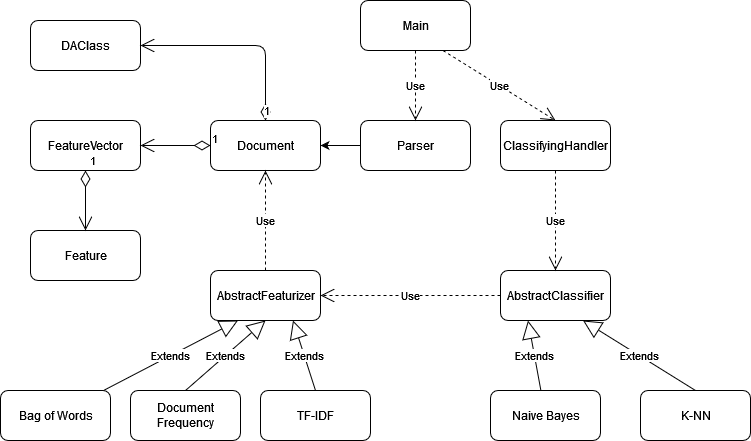
Earlier version of the draw.io export UIR_UML.png (DucLongHoang/KIV-UIR). Source tidied: cells renumbered, new cells last; positions are measured from the earlier drawing's top-left corner, leaving out a move shared by most shapes. The source it was exported from:
```xml
<mxGraphModel>
  <root>
    <mxCell id="0" />
    <mxCell id="1" parent="0" />
    <mxCell id="2" value="&lt;div&gt;Document&lt;/div&gt;&lt;div&gt;Frequency&lt;/div&gt;" style="html=1;rounded=1;" parent="1" vertex="1">
      <mxGeometry x="130" y="390" width="110" height="50" as="geometry" />
    </mxCell>
    <mxCell id="3" value="K-NN" style="html=1;rounded=1;" parent="1" vertex="1">
      <mxGeometry x="640" y="390" width="110" height="50" as="geometry" />
    </mxCell>
    <mxCell id="4" value="&lt;div&gt;TF-IDF&lt;/div&gt;" style="html=1;rounded=1;" parent="1" vertex="1">
      <mxGeometry x="260" y="390" width="110" height="50" as="geometry" />
    </mxCell>
    <mxCell id="5" value="&lt;div&gt;Naive Bayes&lt;/div&gt;" style="html=1;rounded=1;" parent="1" vertex="1">
      <mxGeometry x="490" y="390" width="110" height="50" as="geometry" />
    </mxCell>
    <mxCell id="6" value="AbstractClassifier" style="html=1;rounded=1;" parent="1" vertex="1">
      <mxGeometry x="500" y="270" width="110" height="50" as="geometry" />
    </mxCell>
    <mxCell id="7" value="&lt;div&gt;AbstractFeaturizer&lt;/div&gt;" style="html=1;rounded=1;" parent="1" vertex="1">
      <mxGeometry x="210" y="270" width="110" height="50" as="geometry" />
    </mxCell>
    <mxCell id="8" value="&lt;div&gt;Bag of Words&lt;/div&gt;" style="html=1;rounded=1;" parent="1" vertex="1">
      <mxGeometry y="390" width="110" height="50" as="geometry" />
    </mxCell>
    <mxCell id="9" style="edgeStyle=orthogonalEdgeStyle;jettySize=auto;html=1;exitX=0;exitY=0.5;exitDx=0;exitDy=0;entryX=1;entryY=0.5;entryDx=0;entryDy=0;" parent="1" edge="1" source="10" target="14">
      <mxGeometry relative="1" as="geometry" />
    </mxCell>
    <mxCell id="10" value="Parser" style="html=1;rounded=1;" parent="1" vertex="1">
      <mxGeometry x="360" y="120" width="110" height="50" as="geometry" />
    </mxCell>
    <mxCell id="11" value="Main" style="html=1;rounded=1;" parent="1" vertex="1">
      <mxGeometry x="360" width="110" height="50" as="geometry" />
    </mxCell>
    <mxCell id="12" value="Feature" style="html=1;rounded=1;" parent="1" vertex="1">
      <mxGeometry x="30" y="230" width="110" height="50" as="geometry" />
    </mxCell>
    <mxCell id="13" value="FeatureVector" style="html=1;rounded=1;" parent="1" vertex="1">
      <mxGeometry x="30" y="120" width="110" height="50" as="geometry" />
    </mxCell>
    <mxCell id="14" value="&lt;div&gt;Document&lt;/div&gt;" style="html=1;rounded=1;" parent="1" vertex="1">
      <mxGeometry x="210" y="120" width="110" height="50" as="geometry" />
    </mxCell>
    <mxCell id="15" value="ClassifyingHandler" style="html=1;rounded=1;" parent="1" vertex="1">
      <mxGeometry x="500" y="120" width="110" height="50" as="geometry" />
    </mxCell>
    <mxCell id="16" value="&lt;div&gt;DAClass&lt;/div&gt;" style="html=1;rounded=1;" parent="1" vertex="1">
      <mxGeometry x="30" y="20" width="110" height="50" as="geometry" />
    </mxCell>
    <mxCell id="17" value="Extends" style="endArrow=block;endSize=16;endFill=0;html=1;entryX=0.25;entryY=1;entryDx=0;entryDy=0;" parent="1" edge="1" source="8" target="7">
      <mxGeometry relative="1" as="geometry" />
    </mxCell>
    <mxCell id="18" value="Extends" style="endArrow=block;endSize=16;endFill=0;html=1;entryX=0.5;entryY=1;entryDx=0;entryDy=0;exitX=0.5;exitY=0;exitDx=0;exitDy=0;" parent="1" edge="1" source="2" target="7">
      <mxGeometry relative="1" as="geometry" />
    </mxCell>
    <mxCell id="19" value="Extends" style="endArrow=block;endSize=16;endFill=0;html=1;entryX=0.75;entryY=1;entryDx=0;entryDy=0;exitX=0.5;exitY=0;exitDx=0;exitDy=0;" parent="1" edge="1" source="4" target="7">
      <mxGeometry relative="1" as="geometry" />
    </mxCell>
    <mxCell id="20" value="Extends" style="endArrow=block;endSize=16;endFill=0;html=1;entryX=0.25;entryY=1;entryDx=0;entryDy=0;" parent="1" edge="1" source="5" target="6">
      <mxGeometry relative="1" as="geometry" />
    </mxCell>
    <mxCell id="21" value="Extends" style="endArrow=block;endSize=16;endFill=0;html=1;entryX=0.75;entryY=1;entryDx=0;entryDy=0;exitX=0.5;exitY=0;exitDx=0;exitDy=0;" parent="1" edge="1" source="3" target="6">
      <mxGeometry relative="1" as="geometry" />
    </mxCell>
    <mxCell id="22" value="1" style="endArrow=open;html=1;endSize=12;startArrow=diamondThin;startSize=14;startFill=0;edgeStyle=orthogonalEdgeStyle;align=left;verticalAlign=bottom;exitX=0.5;exitY=0;exitDx=0;exitDy=0;entryX=1;entryY=0.5;entryDx=0;entryDy=0;" parent="1" edge="1" source="14" target="16">
      <mxGeometry x="-1" y="3" relative="1" as="geometry" />
    </mxCell>
    <mxCell id="23" value="1" style="endArrow=open;html=1;endSize=12;startArrow=diamondThin;startSize=14;startFill=0;edgeStyle=orthogonalEdgeStyle;align=left;verticalAlign=bottom;exitX=0;exitY=0.5;exitDx=0;exitDy=0;entryX=1;entryY=0.5;entryDx=0;entryDy=0;" parent="1" edge="1" source="14" target="13">
      <mxGeometry x="-1" y="3" relative="1" as="geometry" />
    </mxCell>
    <mxCell id="24" value="1" style="endArrow=open;html=1;endSize=12;startArrow=diamondThin;startSize=14;startFill=0;edgeStyle=orthogonalEdgeStyle;align=left;verticalAlign=bottom;exitX=0.5;exitY=1;exitDx=0;exitDy=0;entryX=0.5;entryY=0;entryDx=0;entryDy=0;" parent="1" edge="1" source="13" target="12">
      <mxGeometry x="-1" y="3" relative="1" as="geometry" />
    </mxCell>
    <mxCell id="25" value="Use" style="endArrow=open;endSize=12;dashed=1;html=1;entryX=0.5;entryY=0;entryDx=0;entryDy=0;exitX=0.5;exitY=1;exitDx=0;exitDy=0;" parent="1" edge="1" source="15" target="6">
      <mxGeometry relative="1" as="geometry" />
    </mxCell>
    <mxCell id="26" value="Use" style="endArrow=open;endSize=12;dashed=1;html=1;entryX=1;entryY=0.5;entryDx=0;entryDy=0;exitX=0;exitY=0.5;exitDx=0;exitDy=0;" parent="1" edge="1" source="6" target="7">
      <mxGeometry relative="1" as="geometry" />
    </mxCell>
    <mxCell id="27" value="Use" style="endArrow=open;endSize=12;dashed=1;html=1;entryX=0.5;entryY=1;entryDx=0;entryDy=0;exitX=0.5;exitY=0;exitDx=0;exitDy=0;" parent="1" edge="1" source="7" target="14">
      <mxGeometry relative="1" as="geometry" />
    </mxCell>
    <mxCell id="28" value="Use" style="endArrow=open;endSize=12;dashed=1;html=1;entryX=0.5;entryY=0;entryDx=0;entryDy=0;exitX=0.75;exitY=1;exitDx=0;exitDy=0;" parent="1" edge="1" source="11" target="15">
      <mxGeometry relative="1" as="geometry" />
    </mxCell>
    <mxCell id="29" value="Use" style="endArrow=open;endSize=12;dashed=1;html=1;entryX=0.5;entryY=0;entryDx=0;entryDy=0;exitX=0.5;exitY=1;exitDx=0;exitDy=0;" parent="1" edge="1" source="11" target="10">
      <mxGeometry relative="1" as="geometry" />
    </mxCell>
  </root>
</mxGraphModel>
```
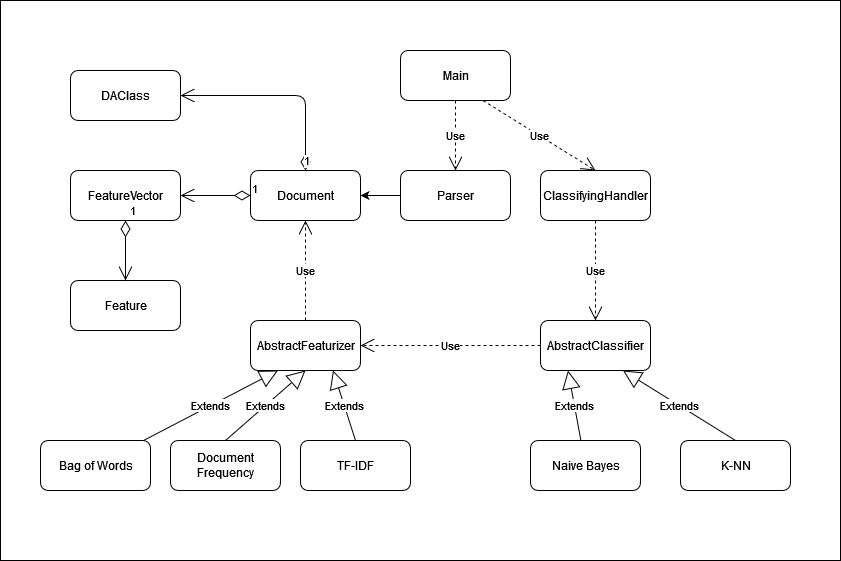
Later version of the same file.

What changed in the source:
```diff
@@ -1,7 +1,10 @@
-<mxGraphModel>
+<mxGraphModel background="#ffffff">
   <root>
     <mxCell id="0" />
     <mxCell id="1" parent="0" />
+    <mxCell id="30" style="rounded=0;whiteSpace=wrap;html=1;" parent="1" vertex="1">
+      <mxGeometry x="-40" y="-50" width="840" height="560" as="geometry" />
+    </mxCell>
     <mxCell id="2" value="&lt;div&gt;Document&lt;/div&gt;&lt;div&gt;Frequency&lt;/div&gt;" style="html=1;rounded=1;" parent="1" vertex="1">
       <mxGeometry x="130" y="390" width="110" height="50" as="geometry" />
     </mxCell>
```
